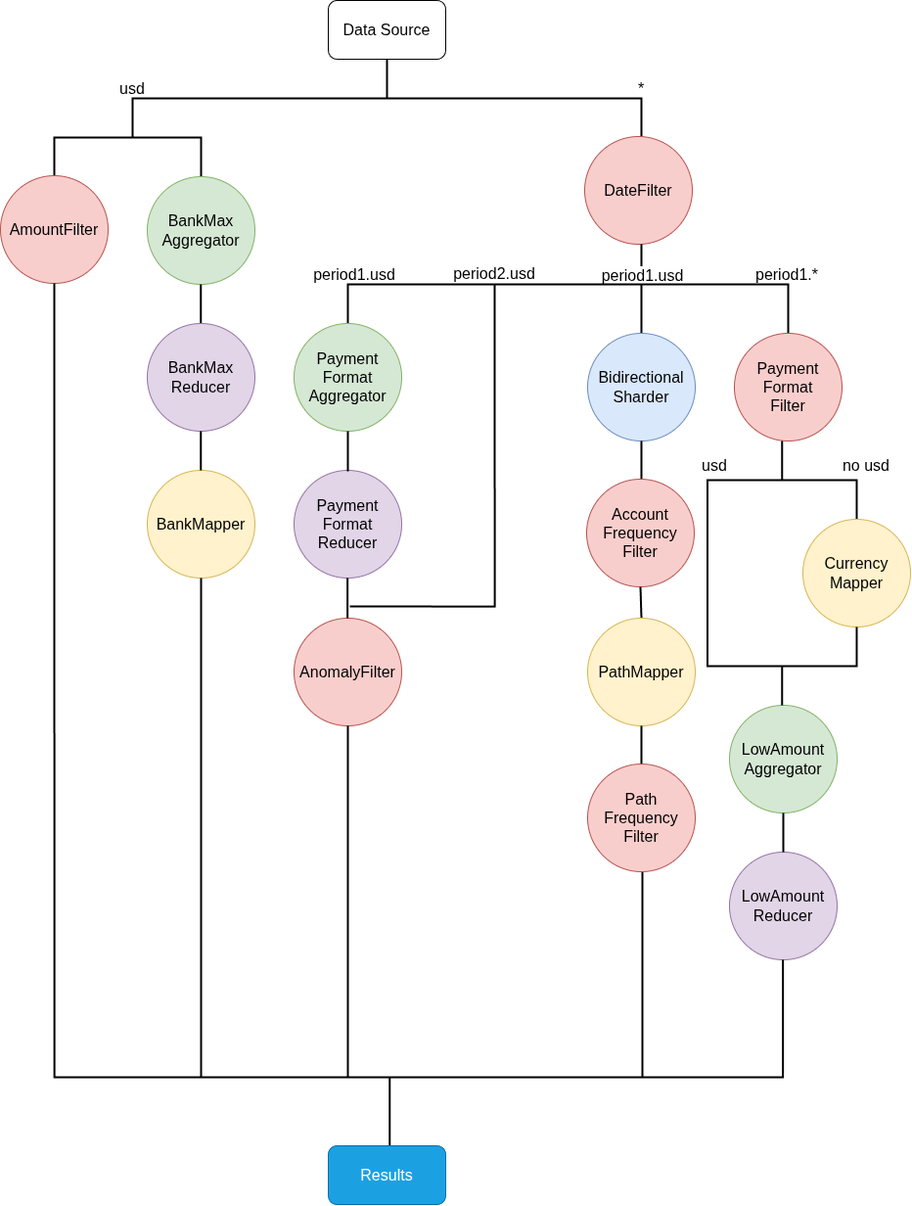
The draw.io diagram docs/diagramas/dag.png in LucianaLarrosa/tp-distribuidos-moneylaundering, before a commit. Source tidied: cells renumbered, new cells last; positions are measured from the earlier drawing's top-left corner, leaving out a move shared by most shapes.
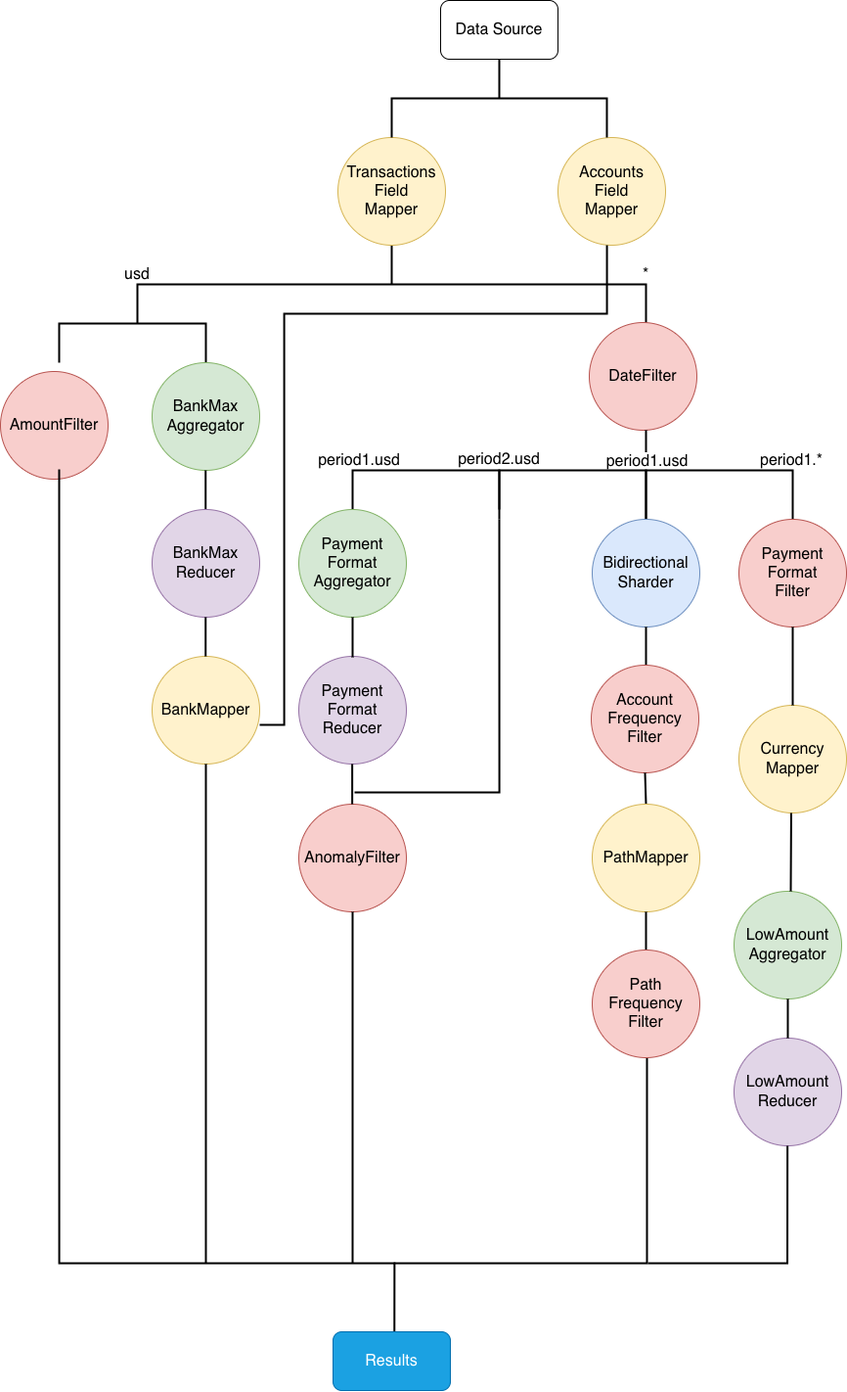
Above is the later version.

Commit message:
docs: update DAG and robustness diagrams

The edit, as a diff of the source:
```diff
@@ -15,13 +15,14 @@
       <mxGeometry x="55" y="140" width="150" height="40" as="geometry" />
     </mxCell>
     <mxCell id="6" value="&lt;font style=&quot;font-size: 16px&quot;&gt;AmountFilter&lt;/font&gt;" style="ellipse;whiteSpace=wrap;html=1;fillColor=#f8cecc;strokeColor=#b85450;" parent="1" vertex="1">
-      <mxGeometry y="179" width="110" height="110" as="geometry" />
+      <mxGeometry x="-5" y="189" width="110" height="110" as="geometry" />
     </mxCell>
     <mxCell id="7" value="&lt;font style=&quot;font-size: 16px&quot;&gt;DateFilter&lt;/font&gt;" style="ellipse;whiteSpace=wrap;html=1;fillColor=#f8cecc;strokeColor=#b85450;" parent="1" vertex="1">
       <mxGeometry x="597" y="139" width="110" height="110" as="geometry" />
     </mxCell>
-    <mxCell id="8" style="endArrow=none;html=1;strokeWidth=2;entryX=0.5;entryY=1;entryDx=0;entryDy=0;edgeStyle=orthogonalEdgeStyle;rounded=0;curved=0;exitX=0.523;exitY=-0.005;exitDx=0;exitDy=0;exitPerimeter=0;" parent="1" edge="1" source="44" target="6">
+    <mxCell id="8" style="endArrow=none;html=1;strokeWidth=2;entryX=0.5;entryY=1;entryDx=0;entryDy=0;edgeStyle=orthogonalEdgeStyle;rounded=0;curved=0;exitX=0.523;exitY=-0.005;exitDx=0;exitDy=0;exitPerimeter=0;" parent="1" edge="1" source="44">
       <mxGeometry relative="1" as="geometry">
+        <mxPoint x="55" y="289" as="targetPoint" />
         <Array as="points">
           <mxPoint x="398" y="1100" />
           <mxPoint x="55" y="1100" />
@@ -107,23 +108,12 @@
     <mxCell id="28" value="&lt;font style=&quot;&quot;&gt;&lt;font style=&quot;font-size: 16px;&quot;&gt;Payment&lt;/font&gt;&lt;/font&gt;&lt;div&gt;&lt;font style=&quot;&quot;&gt;&lt;font style=&quot;font-size: 16px;&quot;&gt;Format&lt;br&gt;Filter&lt;/font&gt;&lt;br&gt;&lt;/font&gt;&lt;/div&gt;" style="ellipse;whiteSpace=wrap;html=1;fillColor=#f8cecc;strokeColor=#b85450;" parent="1" vertex="1">
       <mxGeometry x="750" y="340" width="110" height="110" as="geometry" />
     </mxCell>
-    <mxCell id="29" style="strokeWidth=2;html=1;shape=mxgraph.flowchart.annotation_2;align=left;labelPosition=right;direction=south;" parent="1" vertex="1">
-      <mxGeometry x="722.5" y="450" width="152.5" height="80" as="geometry" />
-    </mxCell>
     <mxCell id="30" value="&lt;font style=&quot;&quot;&gt;&lt;font style=&quot;font-size: 16px;&quot;&gt;LowAmount&lt;br&gt;Aggregator&lt;/font&gt;&lt;br&gt;&lt;/font&gt;" style="ellipse;whiteSpace=wrap;html=1;fillColor=#d5e8d4;strokeColor=#82b366;" parent="1" vertex="1">
       <mxGeometry x="745" y="720" width="110" height="110" as="geometry" />
     </mxCell>
     <mxCell id="31" value="&lt;font&gt;&lt;font style=&quot;font-size: 16px&quot;&gt;Currency&lt;br&gt;Mapper&lt;/font&gt;&lt;br&gt;&lt;/font&gt;" style="ellipse;whiteSpace=wrap;html=1;fillColor=#fff2cc;strokeColor=#d6b656;" parent="1" vertex="1">
-      <mxGeometry x="820" y="530" width="110" height="110" as="geometry" />
+      <mxGeometry x="750" y="530" width="110" height="110" as="geometry" />
     </mxCell>
-    <mxCell id="32" style="endArrow=none;html=1;strokeWidth=2;exitX=1;exitY=0;exitDx=0;exitDy=0;exitPerimeter=0;" parent="1" edge="1" source="33">
-      <mxGeometry relative="1" as="geometry">
-        <mxPoint x="722.5" y="515" as="targetPoint" />
-      </mxGeometry>
-    </mxCell>
-    <mxCell id="33" style="strokeWidth=2;html=1;shape=mxgraph.flowchart.annotation_2;align=left;labelPosition=right;direction=north;" parent="1" vertex="1">
-      <mxGeometry x="722.5" y="640" width="152.5" height="80" as="geometry" />
-    </mxCell>
     <mxCell id="34" value="&lt;span style=&quot;font-size: 16px;&quot;&gt;LowAmount&lt;/span&gt;&lt;div&gt;&lt;span style=&quot;font-size: 16px;&quot;&gt;Reducer&lt;/span&gt;&lt;/div&gt;" style="ellipse;whiteSpace=wrap;html=1;fillColor=#e1d5e7;strokeColor=#9673a6;" parent="1" vertex="1">
       <mxGeometry x="745" y="870" width="110" height="110" as="geometry" />
     </mxCell>
@@ -136,14 +126,8 @@
     <mxCell id="37" value="&lt;span style=&quot;font-size: 16px&quot;&gt;period1.*&lt;/span&gt;" style="text;html=1;strokeColor=none;fillColor=none;align=center;verticalAlign=middle;whiteSpace=wrap;rounded=0;" parent="1" vertex="1">
       <mxGeometry x="774" y="270" width="60" height="20" as="geometry" />
     </mxCell>
-    <mxCell id="38" value="&lt;font style=&quot;font-size: 16px&quot;&gt;no usd&lt;/font&gt;" style="text;html=1;strokeColor=none;fillColor=none;align=center;verticalAlign=middle;whiteSpace=wrap;rounded=0;" parent="1" vertex="1">
-      <mxGeometry x="855" y="465" width="60" height="20" as="geometry" />
-    </mxCell>
-    <mxCell id="39" value="&lt;font style=&quot;font-size: 16px&quot;&gt;usd&lt;/font&gt;" style="text;html=1;strokeColor=none;fillColor=none;align=center;verticalAlign=middle;whiteSpace=wrap;rounded=0;" parent="1" vertex="1">
-      <mxGeometry x="710" y="465" width="40" height="20" as="geometry" />
-    </mxCell>
     <mxCell id="40" value="Data Source" style="rounded=1;whiteSpace=wrap;html=1;fontSize=16;" parent="1" vertex="1">
-      <mxGeometry x="335" width="120" height="60" as="geometry" />
+      <mxGeometry x="445" y="-190" width="120" height="60" as="geometry" />
     </mxCell>
     <mxCell id="41" value="&lt;font style=&quot;font-size: 16px&quot;&gt;period2.usd&lt;/font&gt;" style="text;html=1;strokeColor=none;fillColor=none;align=center;verticalAlign=middle;whiteSpace=wrap;rounded=0;" parent="1" vertex="1">
       <mxGeometry x="485" y="269" width="40" height="20" as="geometry" />
@@ -195,5 +179,37 @@
         <mxPoint x="799.6" y="980" as="targetPoint" />
       </mxGeometry>
     </mxCell>
+    <mxCell id="52" value="&lt;font style=&quot;font-size: 16px;&quot;&gt;Transactions&lt;/font&gt;&lt;div&gt;&lt;font style=&quot;font-size: 16px;&quot;&gt;Field&lt;/font&gt;&lt;/div&gt;&lt;div&gt;&lt;font style=&quot;font-size: 16px;&quot;&gt;Mapper&lt;/font&gt;&lt;/div&gt;" style="ellipse;whiteSpace=wrap;html=1;fillColor=#fff2cc;strokeColor=#d6b656;" parent="1" vertex="1">
+      <mxGeometry x="340" y="-50" width="110" height="110" as="geometry" />
+    </mxCell>
+    <mxCell id="53" value="&lt;font style=&quot;font-size: 16px;&quot;&gt;Accounts&lt;/font&gt;&lt;div&gt;&lt;font style=&quot;font-size: 16px;&quot;&gt;Field&lt;/font&gt;&lt;/div&gt;&lt;div&gt;&lt;font style=&quot;font-size: 16px;&quot;&gt;Mapper&lt;/font&gt;&lt;/div&gt;" style="ellipse;whiteSpace=wrap;html=1;fillColor=#fff2cc;strokeColor=#d6b656;" parent="1" vertex="1">
+      <mxGeometry x="565" y="-50" width="110" height="110" as="geometry" />
+    </mxCell>
+    <mxCell id="54" style="strokeWidth=2;html=1;shape=mxgraph.flowchart.annotation_2;align=left;labelPosition=right;direction=south;" parent="1" vertex="1">
+      <mxGeometry x="395" y="-130" width="220" height="80" as="geometry" />
+    </mxCell>
+    <mxCell id="55" style="endArrow=none;html=1;strokeWidth=2;entryX=0.5;entryY=1;entryDx=0;entryDy=0;exitX=0.5;exitY=0;exitDx=0;exitDy=0;" parent="1" edge="1" source="31">
+      <mxGeometry relative="1" as="geometry">
+        <mxPoint x="805" y="450" as="targetPoint" />
+      </mxGeometry>
+    </mxCell>
+    <mxCell id="56" style="endArrow=none;html=1;strokeWidth=2;entryX=0.5;entryY=1;entryDx=0;entryDy=0;" parent="1" edge="1">
+      <mxGeometry relative="1" as="geometry">
+        <mxPoint x="803" y="720" as="sourcePoint" />
+        <mxPoint x="803.4" y="640" as="targetPoint" />
+      </mxGeometry>
+    </mxCell>
+    <mxCell id="57" style="endArrow=none;html=1;strokeWidth=2;edgeStyle=orthogonalEdgeStyle;rounded=0;jumpStyle=none;" parent="1" edge="1">
+      <mxGeometry relative="1" as="geometry">
+        <mxPoint x="260" y="550" as="sourcePoint" />
+        <mxPoint x="615" y="60" as="targetPoint" />
+        <Array as="points">
+          <mxPoint x="285" y="550" />
+          <mxPoint x="285" y="130" />
+          <mxPoint x="615" y="130" />
+          <mxPoint x="615" y="60" />
+        </Array>
+      </mxGeometry>
+    </mxCell>
   </root>
 </mxGraphModel>
```
